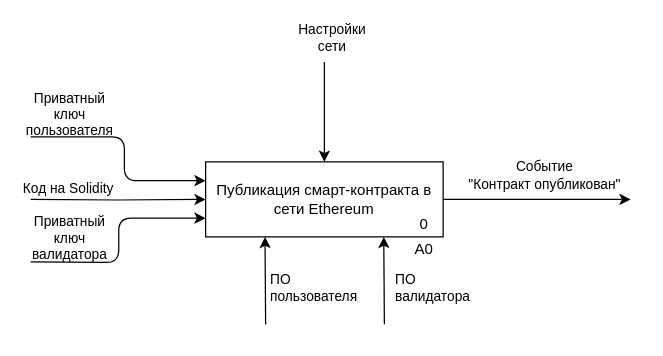
The draw.io diagram page "Страница 1" (1 of 8) of system_analysis/lab2.drawio in Trickster2038/BmstuDocs7, before the edit. Source tidied: cells renumbered, new cells numbered last; positions are measured from the earlier drawing's top-left corner, leaving out a move shared by most shapes. Both pictures are drawn from the tidied source at 125%, with x=0, y=0 at pixel (30, 61).
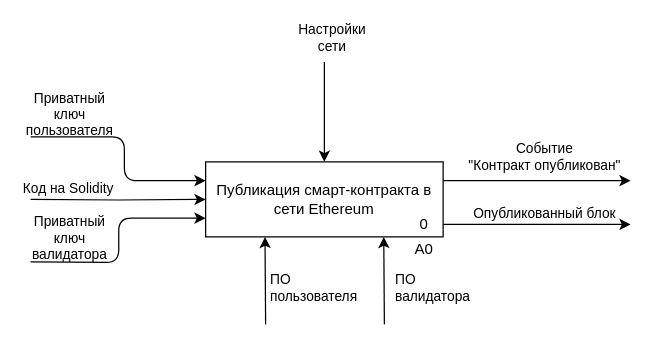
The same diagram, later.

Unchanged cells that the change refers to:
```xml
<mxCell id="2" value="Публикация смарт-контракта в сети Ethereum" style="rounded=0;whiteSpace=wrap;html=1;" parent="1" vertex="1">
  <mxGeometry x="140" y="80" width="190" height="60" as="geometry" />
</mxCell>
<mxCell id="9" value="0" style="text;html=1;strokeColor=none;fillColor=none;align=center;verticalAlign=middle;whiteSpace=wrap;rounded=0;" parent="1" vertex="1">
  <mxGeometry x="300" y="120" width="30" height="20" as="geometry" />
</mxCell>
```

What changed in the source:
```diff
@@
-    <mxCell id="10" style="endArrow=classic;html=1;rounded=0;exitX=1;exitY=0.5;exitDx=0;exitDy=0;" parent="1" edge="1" source="2">
+    <mxCell id="10" style="endArrow=classic;html=1;rounded=0;exitX=1;exitY=0.25;exitDx=0;exitDy=0;" parent="1" edge="1" source="2">
       <mxGeometry relative="1" as="geometry">
-        <mxPoint x="480" y="110" as="targetPoint" />
+        <mxPoint x="480" y="95" as="targetPoint" />
       </mxGeometry>
     </mxCell>
@@
+    <mxCell id="19" style="endArrow=classic;html=1;rounded=0;exitX=1;exitY=0.5;exitDx=0;exitDy=0;" parent="1" edge="1" source="9">
+      <mxGeometry relative="1" as="geometry">
+        <mxPoint x="480" y="130" as="targetPoint" />
+      </mxGeometry>
+    </mxCell>
+    <mxCell id="20" value="Опубликованный блок" style="edgeLabel;html=1;align=center;verticalAlign=middle;labelBackgroundColor=none;" parent="19" vertex="1">
+      <mxGeometry relative="1" as="geometry">
+        <mxPoint x="5" y="-10" as="offset" />
+      </mxGeometry>
+    </mxCell>
```
